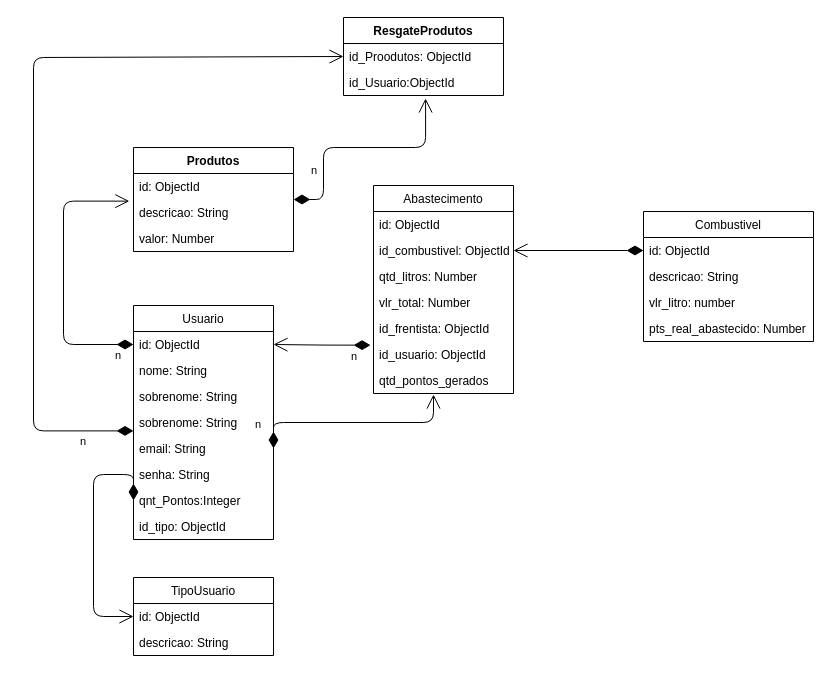
The draw.io diagram docs/noam.drawio in FatecFranca/DSM-G02-PI3-2023-1, before the edit. Source tidied: cells renumbered, new cells numbered last; positions are measured from the earlier drawing's top-left corner, leaving out a move shared by most shapes. Both pictures are drawn from the tidied source at 100%, with x=0, y=0 at pixel (33, 17).
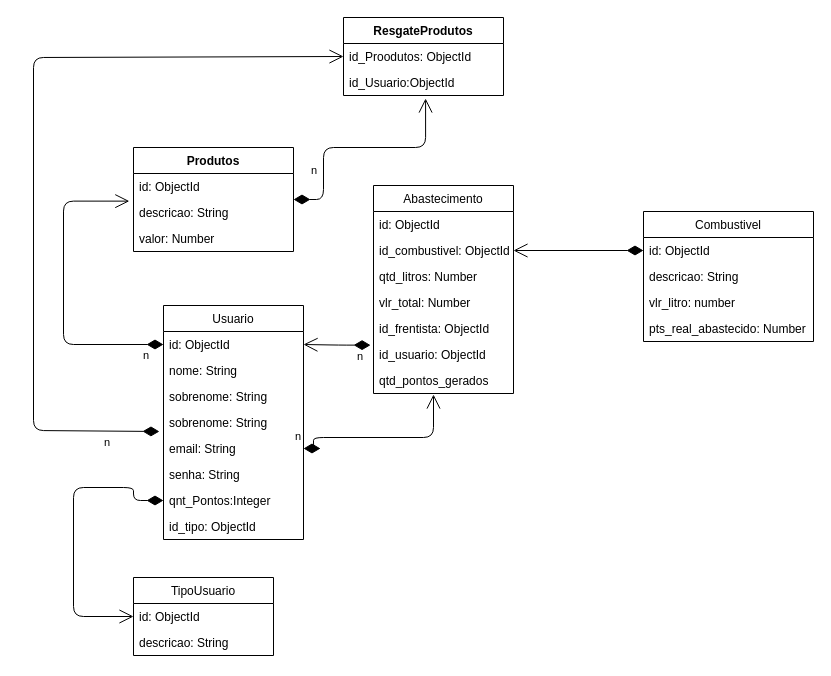
Above is the later version.

Commit message:
refactor: correcao modelagem

Unchanged cells that the change refers to:
```xml
<mxCell id="8" value="id_usuario: ObjectId" style="text;strokeColor=none;fillColor=none;align=left;verticalAlign=top;spacingLeft=4;spacingRight=4;overflow=hidden;points=[[0,0.5],[1,0.5]];portConstraint=eastwest;" parent="2" vertex="1">
  <mxGeometry y="156" width="140" height="26" as="geometry" />
</mxCell>
<mxCell id="21" value="email: String" style="text;strokeColor=none;fillColor=none;align=left;verticalAlign=top;spacingLeft=4;spacingRight=4;overflow=hidden;points=[[0,0.5],[1,0.5]];portConstraint=eastwest;" parent="16" vertex="1">
  <mxGeometry y="130" width="140" height="26" as="geometry" />
</mxCell>
<mxCell id="23" value="qnt_Pontos:Integer" style="text;strokeColor=none;fillColor=none;align=left;verticalAlign=top;spacingLeft=4;spacingRight=4;overflow=hidden;points=[[0,0.5],[1,0.5]];portConstraint=eastwest;" parent="16" vertex="1">
  <mxGeometry y="182" width="140" height="26" as="geometry" />
</mxCell>
<mxCell id="27" value="id: ObjectId" style="text;strokeColor=none;fillColor=none;align=left;verticalAlign=top;spacingLeft=4;spacingRight=4;overflow=hidden;points=[[0,0.5],[1,0.5]];portConstraint=eastwest;" parent="26" vertex="1">
  <mxGeometry y="26" width="140" height="26" as="geometry" />
</mxCell>
<mxCell id="37" value="id_Proodutos: ObjectId" style="text;strokeColor=none;fillColor=none;align=left;verticalAlign=top;spacingLeft=4;spacingRight=4;overflow=hidden;points=[[0,0.5],[1,0.5]];portConstraint=eastwest;" parent="36" vertex="1">
  <mxGeometry y="26" width="160" height="26" as="geometry" />
</mxCell>
```

The edit, as a diff of the source:
```diff
@@
     <mxCell id="16" value="Usuario" style="swimlane;fontStyle=0;horizontal=1;startSize=26;fillColor=none;" parent="1" vertex="1">
-      <mxGeometry x="100" y="288" width="140" height="234" as="geometry" />
+      <mxGeometry x="130" y="288" width="140" height="234" as="geometry" />
     </mxCell>
@@
     <mxCell id="25" value="n" style="endArrow=open;html=1;endSize=12;startArrow=diamondThin;startSize=14;startFill=1;edgeStyle=orthogonalEdgeStyle;align=left;verticalAlign=bottom;exitX=-0.021;exitY=0.14;exitDx=0;exitDy=0;exitPerimeter=0;" parent="1" edge="1" source="8">
       <mxGeometry x="-0.56" y="20" relative="1" as="geometry">
-        <mxPoint x="240" y="327" as="targetPoint" />
+        <mxPoint x="270" y="327" as="targetPoint" />
       </mxGeometry>
     </mxCell>
@@
     <mxCell id="29" style="endArrow=open;html=1;endSize=12;startArrow=diamondThin;startSize=14;startFill=1;edgeStyle=orthogonalEdgeStyle;align=left;verticalAlign=bottom;exitX=0;exitY=0.5;exitDx=0;exitDy=0;entryX=0;entryY=0.5;entryDx=0;entryDy=0;" parent="1" edge="1" source="23" target="27">
       <mxGeometry x="-0.15" y="20" relative="1" as="geometry">
         <Array as="points">
-          <mxPoint x="100" y="457" />
-          <mxPoint x="60" y="457" />
-          <mxPoint x="60" y="599" />
+          <mxPoint x="100" y="470" />
+          <mxPoint x="40" y="470" />
+          <mxPoint x="40" y="599" />
         </Array>
       </mxGeometry>
     </mxCell>
@@
     <mxCell id="35" value="n" style="endArrow=open;html=1;endSize=12;startArrow=diamondThin;startSize=14;startFill=1;edgeStyle=orthogonalEdgeStyle;align=left;verticalAlign=bottom;exitX=1;exitY=0.5;exitDx=0;exitDy=0;" parent="1" edge="1" source="21">
       <mxGeometry x="-0.86" y="20" relative="1" as="geometry">
         <mxPoint x="400" y="377" as="targetPoint" />
         <Array as="points">
-          <mxPoint x="400" y="405" />
+          <mxPoint x="280" y="431" />
+          <mxPoint x="280" y="420" />
+          <mxPoint x="400" y="420" />
         </Array>
       </mxGeometry>
     </mxCell>
@@
-    <mxCell id="39" value="n" style="endArrow=open;html=1;endSize=12;startArrow=diamondThin;startSize=14;startFill=1;edgeStyle=orthogonalEdgeStyle;align=left;verticalAlign=bottom;entryX=0;entryY=0.5;entryDx=0;entryDy=0;exitX=0;exitY=0.5;exitDx=0;exitDy=0;" parent="1" edge="1" target="37">
+    <mxCell id="39" value="n" style="endArrow=open;html=1;endSize=12;startArrow=diamondThin;startSize=14;startFill=1;edgeStyle=orthogonalEdgeStyle;align=left;verticalAlign=bottom;entryX=0;entryY=0.5;entryDx=0;entryDy=0;exitX=-0.029;exitY=-0.154;exitDx=0;exitDy=0;exitPerimeter=0;" parent="1" edge="1" source="21" target="37">
       <mxGeometry x="-0.86" y="20" relative="1" as="geometry">
-        <mxPoint x="100" y="413.4" as="sourcePoint" />
         <Array as="points">
           <mxPoint y="413" />
           <mxPoint y="40" />
-          <mxPoint x="310" y="40" />
         </Array>
       </mxGeometry>
     </mxCell>
```
